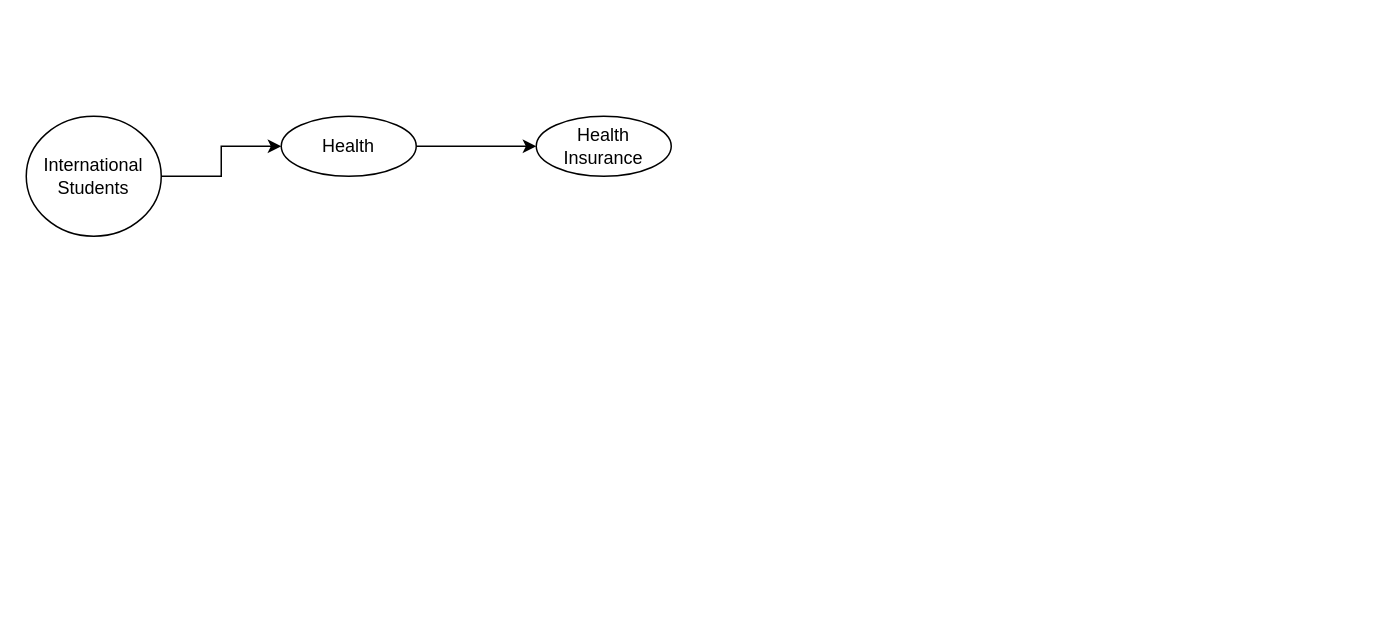
This is Untitled Diagram.drawio from Elaheh-sharafian/portfolio, a draw.io file, before an edit. Source tidied: cells renumbered, new cells numbered last; positions are measured from the earlier drawing's top-left corner, leaving out a move shared by most shapes. Both pictures are drawn from the tidied source at 150%, with x=0, y=0 at pixel (26, 116).
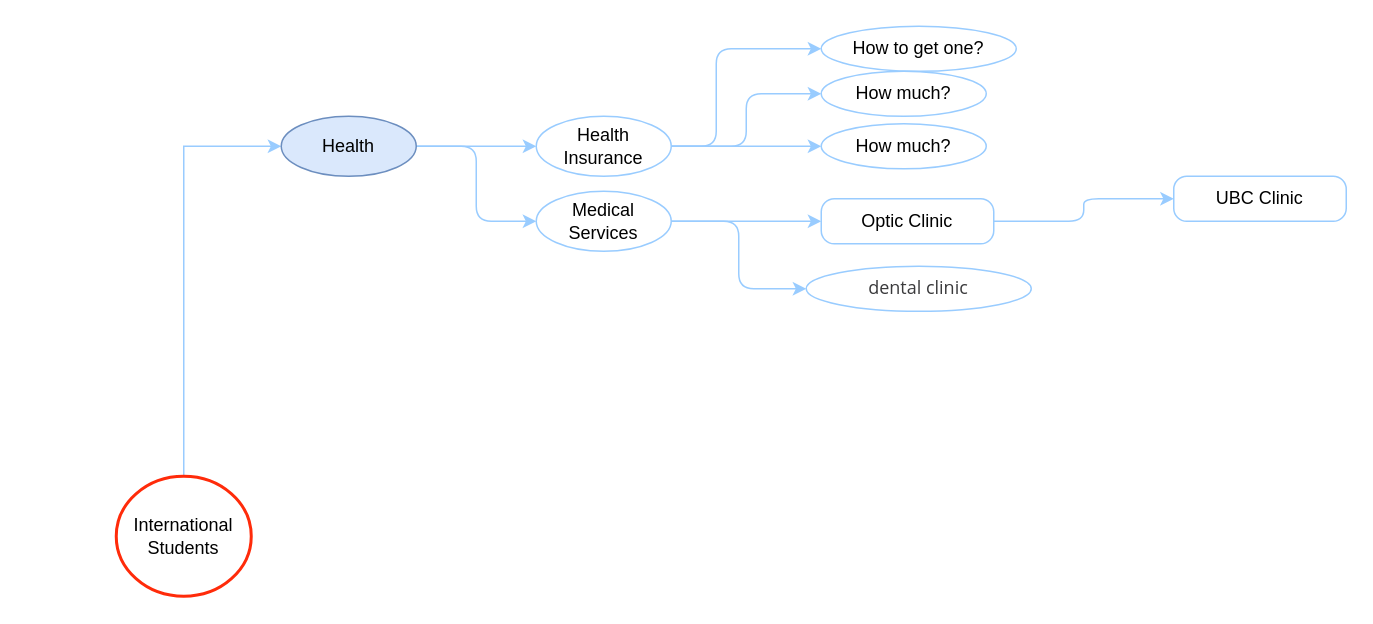
After the change.

What changed in the source:
```diff
@@
-    <mxCell id="2" style="edgeStyle=orthogonalEdgeStyle;rounded=0;jettySize=auto;html=1;" parent="1" edge="1" source="3" target="5">
-      <mxGeometry relative="1" as="geometry" />
+    <mxCell id="2" style="edgeStyle=orthogonalEdgeStyle;rounded=0;jettySize=auto;html=1;strokeColor=#99CCFF;" parent="1" edge="1" source="3" target="5">
+      <mxGeometry relative="1" as="geometry">
+        <Array as="points">
+          <mxPoint x="105" y="20" />
+        </Array>
+      </mxGeometry>
     </mxCell>
-    <mxCell id="3" value="International &lt;br&gt;Students" style="ellipse;whiteSpace=wrap;html=1;" parent="1" vertex="1">
-      <mxGeometry width="90" height="80" as="geometry" />
+    <mxCell id="3" value="International &lt;br&gt;Students" style="ellipse;whiteSpace=wrap;html=1;strokeWidth=2;strokeColor=#FF2B0A;" parent="1" vertex="1">
+      <mxGeometry x="60" y="240" width="90" height="80" as="geometry" />
     </mxCell>
-    <mxCell id="4" style="edgeStyle=orthogonalEdgeStyle;rounded=0;jettySize=auto;html=1;" parent="1" edge="1" source="5" target="6">
+    <mxCell id="4" style="edgeStyle=orthogonalEdgeStyle;rounded=0;jettySize=auto;html=1;strokeColor=#99CCFF;" parent="1" edge="1" source="5" target="6">
       <mxGeometry relative="1" as="geometry" />
     </mxCell>
+    <mxCell id="7" style="edgeStyle=orthogonalEdgeStyle;rounded=1;jettySize=auto;html=1;entryX=0;entryY=0.5;entryDx=0;entryDy=0;strokeColor=#99CCFF;" parent="1" edge="1" source="5" target="17">
+      <mxGeometry relative="1" as="geometry" />
+    </mxCell>
-    <mxCell id="5" value="Health" style="ellipse;whiteSpace=wrap;html=1;" parent="1" vertex="1">
+    <mxCell id="5" value="Health" style="ellipse;whiteSpace=wrap;html=1;fillColor=#dae8fc;strokeColor=#6c8ebf;" parent="1" vertex="1">
       <mxGeometry x="170" width="90" height="40" as="geometry" />
     </mxCell>
+    <mxCell id="8" style="edgeStyle=orthogonalEdgeStyle;rounded=1;jettySize=auto;html=1;strokeColor=#99CCFF;" parent="1" edge="1" source="6" target="10">
+      <mxGeometry relative="1" as="geometry">
+        <Array as="points">
+          <mxPoint x="460" y="20" />
+          <mxPoint x="460" y="-45" />
+        </Array>
+      </mxGeometry>
+    </mxCell>
+    <mxCell id="9" style="edgeStyle=orthogonalEdgeStyle;rounded=1;jettySize=auto;html=1;entryX=0;entryY=0.5;entryDx=0;entryDy=0;strokeColor=#99CCFF;" parent="1" edge="1" source="6" target="14">
+      <mxGeometry relative="1" as="geometry" />
+    </mxCell>
-    <mxCell id="6" value="Health Insurance&lt;br&gt;" style="ellipse;whiteSpace=wrap;html=1;" parent="1" vertex="1">
+    <mxCell id="6" value="Health Insurance&lt;br&gt;" style="ellipse;whiteSpace=wrap;html=1;strokeColor=#99CCFF;" parent="1" vertex="1">
       <mxGeometry x="340" width="90" height="40" as="geometry" />
     </mxCell>
+    <mxCell id="10" value="How to get one?" style="ellipse;whiteSpace=wrap;html=1;strokeColor=#99CCFF;strokeWidth=1;" parent="1" vertex="1">
+      <mxGeometry x="530" y="-60" width="130" height="30" as="geometry" />
+    </mxCell>
+    <mxCell id="11" style="endArrow=classic;html=1;exitX=1;exitY=0.5;exitDx=0;exitDy=0;entryX=0;entryY=0.5;entryDx=0;entryDy=0;edgeStyle=orthogonalEdgeStyle;strokeColor=#99CCFF;" parent="1" edge="1" source="6" target="13">
+      <mxGeometry relative="1" as="geometry" />
+    </mxCell>
+    <mxCell id="12" style="edgeStyle=orthogonalEdgeStyle;rounded=0;orthogonalLoop=1;jettySize=auto;html=1;exitX=0;exitY=0.5;exitDx=0;exitDy=0;entryX=0;entryY=0.5;entryDx=0;entryDy=0;strokeColor=#99CCFF;" parent="1" edge="1" source="13" target="13">
+      <mxGeometry relative="1" as="geometry" />
+    </mxCell>
+    <mxCell id="13" value="How much?" style="ellipse;whiteSpace=wrap;html=1;strokeColor=#99CCFF;" parent="1" vertex="1">
+      <mxGeometry x="530" y="-30" width="110" height="30" as="geometry" />
+    </mxCell>
+    <mxCell id="14" value="How much?" style="ellipse;whiteSpace=wrap;html=1;strokeColor=#99CCFF;" parent="1" vertex="1">
+      <mxGeometry x="530" y="5" width="110" height="30" as="geometry" />
+    </mxCell>
+    <mxCell id="15" style="edgeStyle=orthogonalEdgeStyle;rounded=1;jettySize=auto;html=1;entryX=0;entryY=0.5;entryDx=0;entryDy=0;strokeColor=#99CCFF;" parent="1" edge="1" source="17" target="19">
+      <mxGeometry relative="1" as="geometry" />
+    </mxCell>
+    <mxCell id="16" style="edgeStyle=orthogonalEdgeStyle;rounded=1;jettySize=auto;html=1;strokeColor=#99CCFF;" parent="1" edge="1" source="17">
+      <mxGeometry relative="1" as="geometry">
+        <mxPoint x="530" y="70" as="targetPoint" />
+      </mxGeometry>
+    </mxCell>
+    <mxCell id="17" value="Medical Services" style="ellipse;whiteSpace=wrap;html=1;strokeColor=#99CCFF;" parent="1" vertex="1">
+      <mxGeometry x="340" y="50" width="90" height="40" as="geometry" />
+    </mxCell>
+    <mxCell id="18" style="edgeStyle=orthogonalEdgeStyle;rounded=1;jettySize=auto;html=1;strokeColor=#99CCFF;exitX=1;exitY=0.5;exitDx=0;exitDy=0;" parent="1" edge="1" source="21" target="20">
+      <mxGeometry relative="1" as="geometry" />
+    </mxCell>
+    <mxCell id="19" value="&lt;span style=&quot;color: rgb(58 , 58 , 60) ; font-family: &amp;#34;open sans&amp;#34; ; background-color: rgb(255 , 255 , 255)&quot;&gt;dental clinic&lt;/span&gt;" style="ellipse;whiteSpace=wrap;html=1;strokeColor=#99CCFF;" parent="1" vertex="1">
+      <mxGeometry x="520" y="100" width="150" height="30" as="geometry" />
+    </mxCell>
+    <mxCell id="20" value="UBC Clinic&lt;br&gt;" style="whiteSpace=wrap;html=1;strokeColor=#99CCFF;rounded=1;arcSize=29;" parent="1" vertex="1">
+      <mxGeometry x="765" y="40" width="115" height="30" as="geometry" />
+    </mxCell>
+    <mxCell id="21" value="Optic Clinic" style="whiteSpace=wrap;html=1;strokeColor=#99CCFF;rounded=1;arcSize=29;" parent="1" vertex="1">
+      <mxGeometry x="530" y="55" width="115" height="30" as="geometry" />
+    </mxCell>
```
